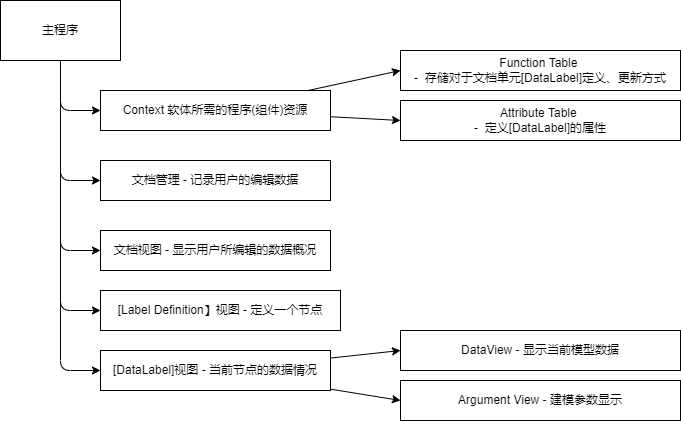
Earlier version of the draw.io export doc/系统功能模块.png (nochat1205/RedPanda). Source tidied: cells renumbered, new cells last; positions are measured from the earlier drawing's top-left corner, leaving out a move shared by most shapes. The source it was exported from:
```xml
<mxGraphModel>
  <root>
    <mxCell id="0" />
    <mxCell id="1" parent="0" />
    <mxCell id="2" style="edgeStyle=none;html=1;entryX=0;entryY=0.5;entryDx=0;entryDy=0;" parent="1" edge="1" source="7" target="10">
      <mxGeometry relative="1" as="geometry">
        <Array as="points">
          <mxPoint x="60" y="110" />
        </Array>
      </mxGeometry>
    </mxCell>
    <mxCell id="3" style="edgeStyle=none;html=1;entryX=0;entryY=0.5;entryDx=0;entryDy=0;" parent="1" edge="1" source="7" target="11">
      <mxGeometry relative="1" as="geometry">
        <Array as="points">
          <mxPoint x="60" y="180" />
        </Array>
      </mxGeometry>
    </mxCell>
    <mxCell id="4" style="edgeStyle=none;html=1;entryX=0;entryY=0.5;entryDx=0;entryDy=0;" parent="1" edge="1" source="7" target="12">
      <mxGeometry relative="1" as="geometry">
        <Array as="points">
          <mxPoint x="60" y="250" />
        </Array>
      </mxGeometry>
    </mxCell>
    <mxCell id="5" style="edgeStyle=none;html=1;entryX=0;entryY=0.5;entryDx=0;entryDy=0;" parent="1" edge="1" source="7" target="15">
      <mxGeometry relative="1" as="geometry">
        <Array as="points">
          <mxPoint x="60" y="370" />
        </Array>
      </mxGeometry>
    </mxCell>
    <mxCell id="6" style="edgeStyle=none;html=1;entryX=0;entryY=0.5;entryDx=0;entryDy=0;" parent="1" edge="1" source="7" target="20">
      <mxGeometry relative="1" as="geometry">
        <Array as="points">
          <mxPoint x="60" y="310" />
        </Array>
      </mxGeometry>
    </mxCell>
    <mxCell id="7" value="主程序" style="rounded=0;whiteSpace=wrap;html=1;" parent="1" vertex="1">
      <mxGeometry width="120" height="60" as="geometry" />
    </mxCell>
    <mxCell id="8" style="edgeStyle=none;html=1;entryX=0;entryY=0.5;entryDx=0;entryDy=0;" parent="1" edge="1" source="10" target="16">
      <mxGeometry relative="1" as="geometry" />
    </mxCell>
    <mxCell id="9" style="edgeStyle=none;html=1;entryX=0;entryY=0.5;entryDx=0;entryDy=0;" parent="1" edge="1" source="10" target="17">
      <mxGeometry relative="1" as="geometry" />
    </mxCell>
    <mxCell id="10" value="Context 软体所需的程序(组件)资源" style="rounded=0;whiteSpace=wrap;html=1;" parent="1" vertex="1">
      <mxGeometry x="100" y="90" width="230" height="40" as="geometry" />
    </mxCell>
    <mxCell id="11" value="文档管理 - 记录用户的编辑数据" style="rounded=0;whiteSpace=wrap;html=1;" parent="1" vertex="1">
      <mxGeometry x="100" y="160" width="230" height="40" as="geometry" />
    </mxCell>
    <mxCell id="12" value="文档视图 - 显示用户所编辑的数据概况" style="rounded=0;whiteSpace=wrap;html=1;" parent="1" vertex="1">
      <mxGeometry x="100" y="230" width="230" height="40" as="geometry" />
    </mxCell>
    <mxCell id="13" style="edgeStyle=none;html=1;entryX=0;entryY=0.5;entryDx=0;entryDy=0;" parent="1" edge="1" source="15" target="18">
      <mxGeometry relative="1" as="geometry" />
    </mxCell>
    <mxCell id="14" style="edgeStyle=none;html=1;entryX=0;entryY=0.5;entryDx=0;entryDy=0;" parent="1" edge="1" source="15" target="19">
      <mxGeometry relative="1" as="geometry" />
    </mxCell>
    <mxCell id="15" value="[DataLabel]视图 - 当前节点的数据情况" style="rounded=0;whiteSpace=wrap;html=1;" parent="1" vertex="1">
      <mxGeometry x="100" y="350" width="230" height="40" as="geometry" />
    </mxCell>
    <mxCell id="16" value="Function Table &lt;br&gt;-&amp;nbsp; 存储对于文档单元[DataLabel]定义、更新方式" style="rounded=0;whiteSpace=wrap;html=1;" parent="1" vertex="1">
      <mxGeometry x="400" y="50" width="280" height="40" as="geometry" />
    </mxCell>
    <mxCell id="17" value="Attribute Table &lt;br&gt;-&amp;nbsp; 定义[DataLabel]的属性" style="rounded=0;whiteSpace=wrap;html=1;" parent="1" vertex="1">
      <mxGeometry x="400" y="100" width="280" height="40" as="geometry" />
    </mxCell>
    <mxCell id="18" value="DataView - 显示当前模型数据" style="rounded=0;whiteSpace=wrap;html=1;" parent="1" vertex="1">
      <mxGeometry x="400" y="330" width="280" height="40" as="geometry" />
    </mxCell>
    <mxCell id="19" value="Argument View - 建模参数显示" style="rounded=0;whiteSpace=wrap;html=1;" parent="1" vertex="1">
      <mxGeometry x="400" y="380" width="280" height="40" as="geometry" />
    </mxCell>
    <mxCell id="20" value="[Label Definition】视图 - 定义一个节点" style="rounded=0;whiteSpace=wrap;html=1;" parent="1" vertex="1">
      <mxGeometry x="100" y="290" width="240" height="40" as="geometry" />
    </mxCell>
  </root>
</mxGraphModel>
```
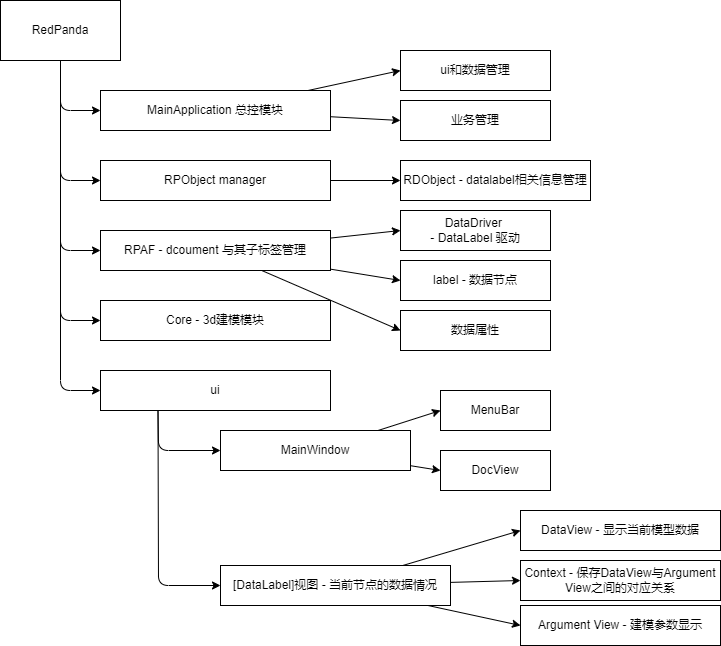
The same diagram one commit later.

Diff of the diagram source:
```diff
@@ -23,21 +23,22 @@
         </Array>
       </mxGeometry>
     </mxCell>
-    <mxCell id="5" style="edgeStyle=none;html=1;entryX=0;entryY=0.5;entryDx=0;entryDy=0;" parent="1" edge="1" source="7" target="15">
-      <mxGeometry relative="1" as="geometry">
-        <Array as="points">
-          <mxPoint x="60" y="370" />
-        </Array>
-      </mxGeometry>
-    </mxCell>
     <mxCell id="6" style="edgeStyle=none;html=1;entryX=0;entryY=0.5;entryDx=0;entryDy=0;" parent="1" edge="1" source="7" target="20">
       <mxGeometry relative="1" as="geometry">
         <Array as="points">
-          <mxPoint x="60" y="310" />
+          <mxPoint x="60" y="390" />
         </Array>
       </mxGeometry>
     </mxCell>
+    <mxCell id="21" style="edgeStyle=none;html=1;" parent="1" edge="1" source="7">
+      <mxGeometry relative="1" as="geometry">
+        <mxPoint x="100" y="320" as="targetPoint" />
+        <Array as="points">
+          <mxPoint x="60" y="320" />
+        </Array>
+      </mxGeometry>
+    </mxCell>
-    <mxCell id="7" value="主程序" style="rounded=0;whiteSpace=wrap;html=1;" parent="1" vertex="1">
+    <mxCell id="7" value="RedPanda" style="rounded=0;whiteSpace=wrap;html=1;" parent="1" vertex="1">
       <mxGeometry width="120" height="60" as="geometry" />
     </mxCell>
     <mxCell id="8" style="edgeStyle=none;html=1;entryX=0;entryY=0.5;entryDx=0;entryDy=0;" parent="1" edge="1" source="10" target="16">
@@ -46,13 +47,25 @@
     <mxCell id="9" style="edgeStyle=none;html=1;entryX=0;entryY=0.5;entryDx=0;entryDy=0;" parent="1" edge="1" source="10" target="17">
       <mxGeometry relative="1" as="geometry" />
     </mxCell>
-    <mxCell id="10" value="Context 软体所需的程序(组件)资源" style="rounded=0;whiteSpace=wrap;html=1;" parent="1" vertex="1">
+    <mxCell id="10" value="MainApplication 总控模块" style="rounded=0;whiteSpace=wrap;html=1;" parent="1" vertex="1">
       <mxGeometry x="100" y="90" width="230" height="40" as="geometry" />
     </mxCell>
+    <mxCell id="22" style="edgeStyle=none;html=1;entryX=0;entryY=0.5;entryDx=0;entryDy=0;" parent="1" edge="1" source="11" target="29">
+      <mxGeometry relative="1" as="geometry" />
+    </mxCell>
-    <mxCell id="11" value="文档管理 - 记录用户的编辑数据" style="rounded=0;whiteSpace=wrap;html=1;" parent="1" vertex="1">
+    <mxCell id="11" value="RPObject manager" style="rounded=0;whiteSpace=wrap;html=1;" parent="1" vertex="1">
       <mxGeometry x="100" y="160" width="230" height="40" as="geometry" />
     </mxCell>
+    <mxCell id="23" style="edgeStyle=none;html=1;entryX=0;entryY=0.5;entryDx=0;entryDy=0;" parent="1" edge="1" source="12" target="36">
+      <mxGeometry relative="1" as="geometry" />
+    </mxCell>
+    <mxCell id="24" style="edgeStyle=none;html=1;entryX=0;entryY=0.5;entryDx=0;entryDy=0;" parent="1" edge="1" source="12" target="38">
+      <mxGeometry relative="1" as="geometry" />
+    </mxCell>
+    <mxCell id="25" style="edgeStyle=none;html=1;entryX=0;entryY=0.5;entryDx=0;entryDy=0;" parent="1" edge="1" source="12" target="39">
+      <mxGeometry relative="1" as="geometry" />
+    </mxCell>
-    <mxCell id="12" value="文档视图 - 显示用户所编辑的数据概况" style="rounded=0;whiteSpace=wrap;html=1;" parent="1" vertex="1">
+    <mxCell id="12" value="RPAF - dcoument 与其子标签管理" style="rounded=0;whiteSpace=wrap;html=1;" parent="1" vertex="1">
       <mxGeometry x="100" y="230" width="230" height="40" as="geometry" />
     </mxCell>
     <mxCell id="13" style="edgeStyle=none;html=1;entryX=0;entryY=0.5;entryDx=0;entryDy=0;" parent="1" edge="1" source="15" target="18">
@@ -61,23 +74,73 @@
     <mxCell id="14" style="edgeStyle=none;html=1;entryX=0;entryY=0.5;entryDx=0;entryDy=0;" parent="1" edge="1" source="15" target="19">
       <mxGeometry relative="1" as="geometry" />
     </mxCell>
+    <mxCell id="26" style="edgeStyle=none;html=1;entryX=0;entryY=0.5;entryDx=0;entryDy=0;" parent="1" edge="1" source="15" target="35">
+      <mxGeometry relative="1" as="geometry" />
+    </mxCell>
     <mxCell id="15" value="[DataLabel]视图 - 当前节点的数据情况" style="rounded=0;whiteSpace=wrap;html=1;" parent="1" vertex="1">
-      <mxGeometry x="100" y="350" width="230" height="40" as="geometry" />
+      <mxGeometry x="220" y="565" width="230" height="40" as="geometry" />
     </mxCell>
-    <mxCell id="16" value="Function Table &lt;br&gt;-&amp;nbsp; 存储对于文档单元[DataLabel]定义、更新方式" style="rounded=0;whiteSpace=wrap;html=1;" parent="1" vertex="1">
-      <mxGeometry x="400" y="50" width="280" height="40" as="geometry" />
+    <mxCell id="16" value="ui和数据管理" style="rounded=0;whiteSpace=wrap;html=1;" parent="1" vertex="1">
+      <mxGeometry x="400" y="50" width="150" height="40" as="geometry" />
     </mxCell>
-    <mxCell id="17" value="Attribute Table &lt;br&gt;-&amp;nbsp; 定义[DataLabel]的属性" style="rounded=0;whiteSpace=wrap;html=1;" parent="1" vertex="1">
-      <mxGeometry x="400" y="100" width="280" height="40" as="geometry" />
+    <mxCell id="17" value="业务管理" style="rounded=0;whiteSpace=wrap;html=1;" parent="1" vertex="1">
+      <mxGeometry x="400" y="100" width="150" height="40" as="geometry" />
     </mxCell>
     <mxCell id="18" value="DataView - 显示当前模型数据" style="rounded=0;whiteSpace=wrap;html=1;" parent="1" vertex="1">
-      <mxGeometry x="400" y="330" width="280" height="40" as="geometry" />
+      <mxGeometry x="520" y="510" width="200" height="40" as="geometry" />
     </mxCell>
     <mxCell id="19" value="Argument View - 建模参数显示" style="rounded=0;whiteSpace=wrap;html=1;" parent="1" vertex="1">
-      <mxGeometry x="400" y="380" width="280" height="40" as="geometry" />
+      <mxGeometry x="520" y="605" width="200" height="40" as="geometry" />
     </mxCell>
+    <mxCell id="27" style="edgeStyle=none;html=1;exitX=0.25;exitY=1;exitDx=0;exitDy=0;entryX=0;entryY=0.5;entryDx=0;entryDy=0;" parent="1" edge="1" source="20" target="32">
+      <mxGeometry relative="1" as="geometry">
+        <Array as="points">
+          <mxPoint x="158" y="450" />
+        </Array>
+      </mxGeometry>
+    </mxCell>
+    <mxCell id="28" style="edgeStyle=none;html=1;exitX=0.25;exitY=1;exitDx=0;exitDy=0;entryX=0;entryY=0.5;entryDx=0;entryDy=0;" parent="1" edge="1" source="20" target="15">
+      <mxGeometry relative="1" as="geometry">
+        <Array as="points">
+          <mxPoint x="158" y="585" />
+        </Array>
+      </mxGeometry>
+    </mxCell>
-    <mxCell id="20" value="[Label Definition】视图 - 定义一个节点" style="rounded=0;whiteSpace=wrap;html=1;" parent="1" vertex="1">
-      <mxGeometry x="100" y="290" width="240" height="40" as="geometry" />
+    <mxCell id="20" value="ui" style="rounded=0;whiteSpace=wrap;html=1;" parent="1" vertex="1">
+      <mxGeometry x="100" y="370" width="230" height="40" as="geometry" />
     </mxCell>
+    <mxCell id="29" value="RDObject - datalabel相关信息管理" style="rounded=0;whiteSpace=wrap;html=1;" parent="1" vertex="1">
+      <mxGeometry x="400" y="160" width="190" height="40" as="geometry" />
+    </mxCell>
+    <mxCell id="30" style="edgeStyle=none;html=1;entryX=0;entryY=0.5;entryDx=0;entryDy=0;" parent="1" edge="1" source="32" target="33">
+      <mxGeometry relative="1" as="geometry" />
+    </mxCell>
+    <mxCell id="31" style="edgeStyle=none;html=1;entryX=0;entryY=0.5;entryDx=0;entryDy=0;" parent="1" edge="1" source="32" target="34">
+      <mxGeometry relative="1" as="geometry" />
+    </mxCell>
+    <mxCell id="32" value="MainWindow" style="rounded=0;whiteSpace=wrap;html=1;" parent="1" vertex="1">
+      <mxGeometry x="220" y="430" width="190" height="40" as="geometry" />
+    </mxCell>
+    <mxCell id="33" value="MenuBar" style="rounded=0;whiteSpace=wrap;html=1;" parent="1" vertex="1">
+      <mxGeometry x="440" y="390" width="110" height="40" as="geometry" />
+    </mxCell>
+    <mxCell id="34" value="DocView" style="rounded=0;whiteSpace=wrap;html=1;" parent="1" vertex="1">
+      <mxGeometry x="440" y="450" width="110" height="40" as="geometry" />
+    </mxCell>
+    <mxCell id="35" value="Context - 保存DataView与Argument View之间的对应关系" style="rounded=0;whiteSpace=wrap;html=1;" parent="1" vertex="1">
+      <mxGeometry x="520" y="560" width="200" height="40" as="geometry" />
+    </mxCell>
+    <mxCell id="36" value="DataDriver &lt;br&gt;- DataLabel 驱动" style="rounded=0;whiteSpace=wrap;html=1;" parent="1" vertex="1">
+      <mxGeometry x="400" y="210" width="150" height="40" as="geometry" />
+    </mxCell>
+    <mxCell id="37" value="Core - 3d建模模块" style="rounded=0;whiteSpace=wrap;html=1;" parent="1" vertex="1">
+      <mxGeometry x="100" y="300" width="230" height="40" as="geometry" />
+    </mxCell>
+    <mxCell id="38" value="label - 数据节点" style="rounded=0;whiteSpace=wrap;html=1;" parent="1" vertex="1">
+      <mxGeometry x="400" y="260" width="150" height="40" as="geometry" />
+    </mxCell>
+    <mxCell id="39" value="数据属性" style="rounded=0;whiteSpace=wrap;html=1;" parent="1" vertex="1">
+      <mxGeometry x="400" y="310" width="150" height="40" as="geometry" />
+    </mxCell>
   </root>
 </mxGraphModel>
```
